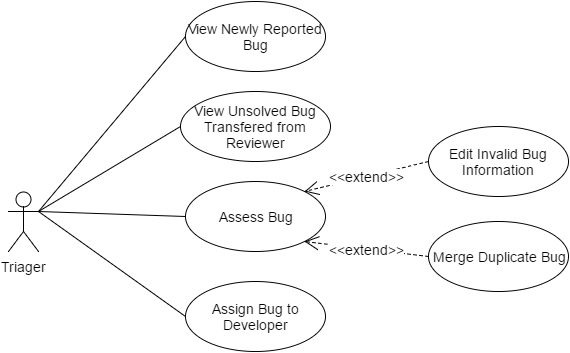
JingwangTeh/CSCI222-Systems-Development-Group-Project keeps this draw.io diagram as 02_Diagram/01_a_Use case/Version 4 (Revised)/Triager (Revised).png. Above is the earlier version. Source tidied: cells renumbered, new cells last; positions are measured from the earlier drawing's top-left corner, leaving out a move shared by most shapes. Source of this version:
```xml
<mxGraphModel background="#ffffff">
  <root>
    <mxCell id="0" />
    <mxCell id="1" parent="0" />
    <mxCell id="2" value="Triager" style="shape=umlActor;verticalLabelPosition=bottom;labelBackgroundColor=#ffffff;verticalAlign=top;html=1;strokeColor=#000000;fontSize=14;" parent="1" vertex="1">
      <mxGeometry y="190" width="30" height="60" as="geometry" />
    </mxCell>
    <mxCell id="3" style="endArrow=none;html=1;strokeColor=#000000;strokeWidth=1;fontSize=14;exitX=1;exitY=0.3333333333333333;exitPerimeter=0;entryX=0;entryY=0.5;" parent="1" edge="1" source="2" target="6">
      <mxGeometry x="378" y="180" as="geometry" />
    </mxCell>
    <mxCell id="4" style="html=1;align=left;verticalAlign=bottom;labelBackgroundColor=#ffffff;fontSize=10;" parent="3" vertex="1">
      <mxGeometry x="-1" relative="1" as="geometry" />
    </mxCell>
    <mxCell id="5" style="html=1;align=right;verticalAlign=bottom;labelBackgroundColor=#ffffff;fontSize=10;" parent="3" vertex="1">
      <mxGeometry x="1" relative="1" as="geometry" />
    </mxCell>
    <mxCell id="6" value="Assess Bug" style="ellipse;whiteSpace=wrap;html=1;strokeColor=#000000;fontSize=14;" parent="1" vertex="1">
      <mxGeometry x="177" y="180" width="140" height="70" as="geometry" />
    </mxCell>
    <mxCell id="7" value="Merge Duplicate Bug" style="ellipse;whiteSpace=wrap;html=1;strokeColor=#000000;fontSize=14;" parent="1" vertex="1">
      <mxGeometry x="420" y="220" width="140" height="70" as="geometry" />
    </mxCell>
    <mxCell id="8" value="Edit Invalid Bug Information" style="ellipse;whiteSpace=wrap;html=1;strokeColor=#000000;fontSize=14;" parent="1" vertex="1">
      <mxGeometry x="420" y="125" width="140" height="70" as="geometry" />
    </mxCell>
    <mxCell id="9" value="View Newly Reported Bug" style="ellipse;whiteSpace=wrap;html=1;strokeColor=#000000;fontSize=14;" parent="1" vertex="1">
      <mxGeometry x="177" width="140" height="70" as="geometry" />
    </mxCell>
    <mxCell id="10" value="&amp;lt;&amp;lt;extend&amp;gt;&amp;gt;" style="endArrow=open;endSize=12;dashed=1;html=1;strokeColor=#000000;strokeWidth=1;fontSize=14;exitX=0;exitY=0.5;entryX=1;entryY=1;" parent="1" edge="1" source="7" target="6">
      <mxGeometry x="567" y="220" as="geometry" />
    </mxCell>
    <mxCell id="11" value="Assign Bug to Developer" style="ellipse;whiteSpace=wrap;html=1;strokeColor=#000000;fontSize=14;" parent="1" vertex="1">
      <mxGeometry x="177" y="280" width="140" height="70" as="geometry" />
    </mxCell>
    <mxCell id="12" style="endArrow=none;html=1;strokeColor=#000000;strokeWidth=1;fontSize=14;exitX=1;exitY=0.3333333333333333;exitPerimeter=0;entryX=0;entryY=0.5;" parent="1" edge="1" source="2" target="9">
      <mxGeometry x="388" y="190" as="geometry" />
    </mxCell>
    <mxCell id="13" style="html=1;align=left;verticalAlign=bottom;labelBackgroundColor=#ffffff;fontSize=10;" parent="12" vertex="1">
      <mxGeometry x="-1" relative="1" as="geometry" />
    </mxCell>
    <mxCell id="14" style="html=1;align=right;verticalAlign=bottom;labelBackgroundColor=#ffffff;fontSize=10;" parent="12" vertex="1">
      <mxGeometry x="1" relative="1" as="geometry" />
    </mxCell>
    <mxCell id="15" style="endArrow=none;html=1;strokeColor=#000000;strokeWidth=1;fontSize=14;entryX=0;entryY=0.5;exitX=1;exitY=0.3333333333333333;exitPerimeter=0;" parent="1" edge="1" source="2" target="11">
      <mxGeometry x="398" y="200" as="geometry" />
    </mxCell>
    <mxCell id="16" style="html=1;align=left;verticalAlign=bottom;labelBackgroundColor=#ffffff;fontSize=10;" parent="15" vertex="1">
      <mxGeometry x="-1" relative="1" as="geometry" />
    </mxCell>
    <mxCell id="17" style="html=1;align=right;verticalAlign=bottom;labelBackgroundColor=#ffffff;fontSize=10;" parent="15" vertex="1">
      <mxGeometry x="1" relative="1" as="geometry" />
    </mxCell>
    <mxCell id="18" value="View Unsolved Bug Transfered from Reviewer" style="ellipse;whiteSpace=wrap;html=1;strokeColor=#000000;fontSize=14;" parent="1" vertex="1">
      <mxGeometry x="172" y="90" width="150" height="70" as="geometry" />
    </mxCell>
    <mxCell id="19" style="endArrow=none;html=1;strokeColor=#000000;strokeWidth=1;fontSize=14;exitX=1;exitY=0.3333333333333333;exitPerimeter=0;entryX=0;entryY=0.5;" parent="1" edge="1" source="2" target="18">
      <mxGeometry x="398" y="200" as="geometry" />
    </mxCell>
    <mxCell id="20" style="html=1;align=left;verticalAlign=bottom;labelBackgroundColor=#ffffff;fontSize=10;" parent="19" vertex="1">
      <mxGeometry x="-1" relative="1" as="geometry" />
    </mxCell>
    <mxCell id="21" style="html=1;align=right;verticalAlign=bottom;labelBackgroundColor=#ffffff;fontSize=10;" parent="19" vertex="1">
      <mxGeometry x="1" relative="1" as="geometry" />
    </mxCell>
    <mxCell id="22" value="&amp;lt;&amp;lt;extend&amp;gt;&amp;gt;" style="endArrow=open;endSize=12;dashed=1;html=1;strokeColor=#000000;strokeWidth=1;fontSize=14;exitX=0;exitY=0.5;entryX=1;entryY=0;" parent="1" edge="1" source="8" target="6">
      <mxGeometry x="577" y="230" as="geometry" />
    </mxCell>
  </root>
</mxGraphModel>
```
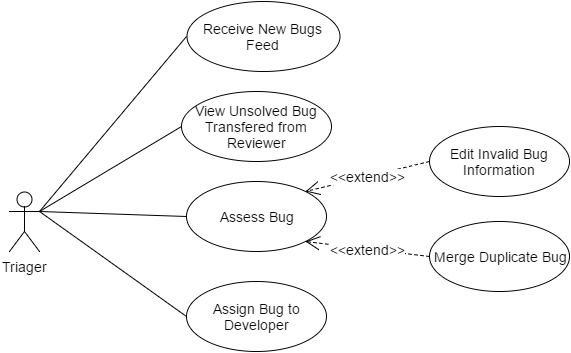
After the change.

What changed in the source:
```diff
@@ -23,8 +23,8 @@
     <mxCell id="8" value="Edit Invalid Bug Information" style="ellipse;whiteSpace=wrap;html=1;strokeColor=#000000;fontSize=14;" parent="1" vertex="1">
       <mxGeometry x="420" y="125" width="140" height="70" as="geometry" />
     </mxCell>
-    <mxCell id="9" value="View Newly Reported Bug" style="ellipse;whiteSpace=wrap;html=1;strokeColor=#000000;fontSize=14;" parent="1" vertex="1">
-      <mxGeometry x="177" width="140" height="70" as="geometry" />
+    <mxCell id="9" value="Receive New Bugs Feed" style="ellipse;whiteSpace=wrap;html=1;strokeColor=#000000;fontSize=14;" parent="1" vertex="1">
+      <mxGeometry x="177" width="153" height="70" as="geometry" />
     </mxCell>
     <mxCell id="10" value="&amp;lt;&amp;lt;extend&amp;gt;&amp;gt;" style="endArrow=open;endSize=12;dashed=1;html=1;strokeColor=#000000;strokeWidth=1;fontSize=14;exitX=0;exitY=0.5;entryX=1;entryY=1;" parent="1" edge="1" source="7" target="6">
       <mxGeometry x="567" y="220" as="geometry" />
```
